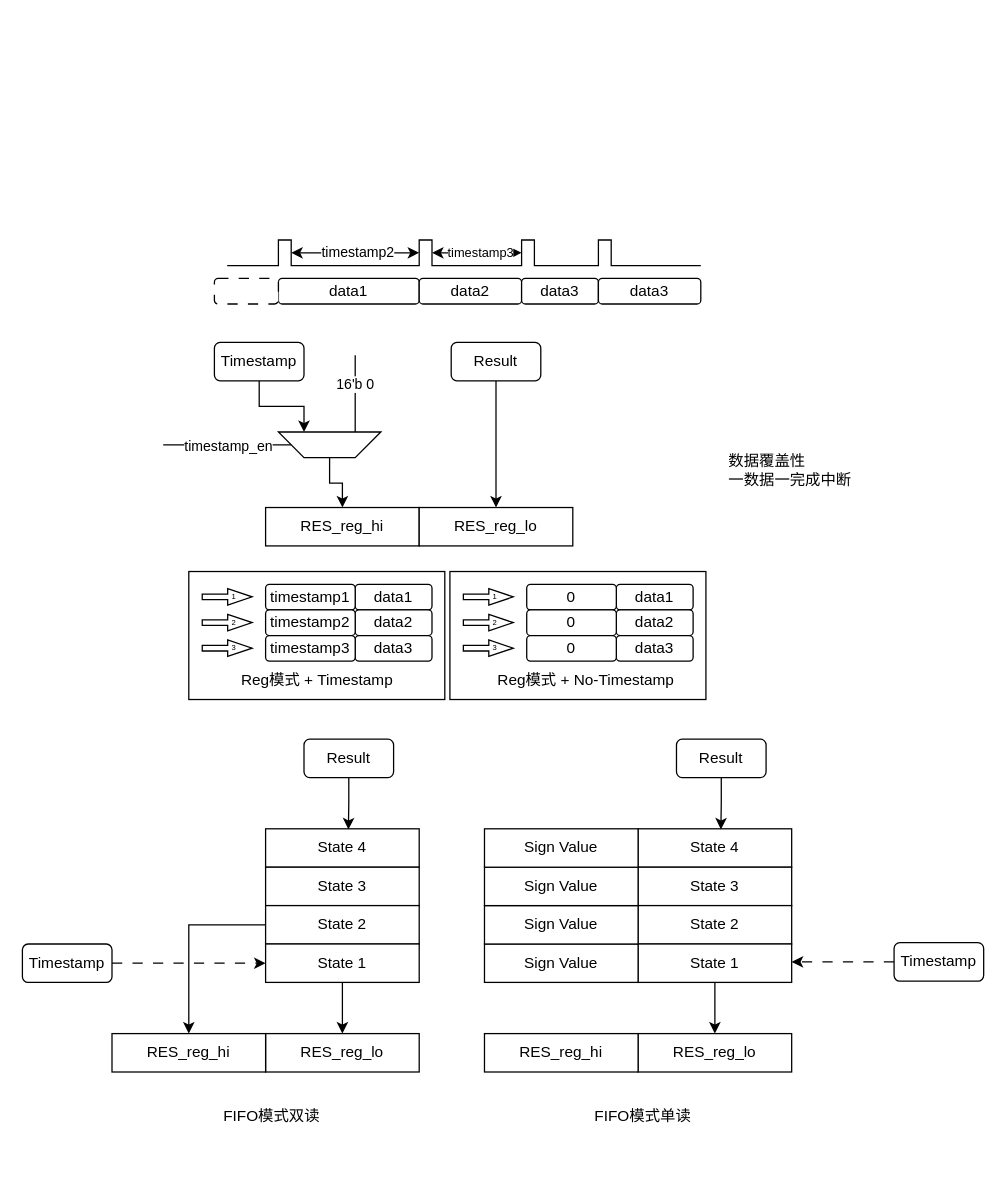
Before: page "规格梳理" (1 of 8) of drawio/dsadc.drawio in iceyxy/flow-chart-drawio, a draw.io diagram. Source tidied: cells renumbered, new cells numbered last; positions are measured from the earlier drawing's top-left corner, leaving out a move shared by most shapes. Both pictures are drawn from the tidied source at 128%, with x=0, y=0 at pixel (22, 239).
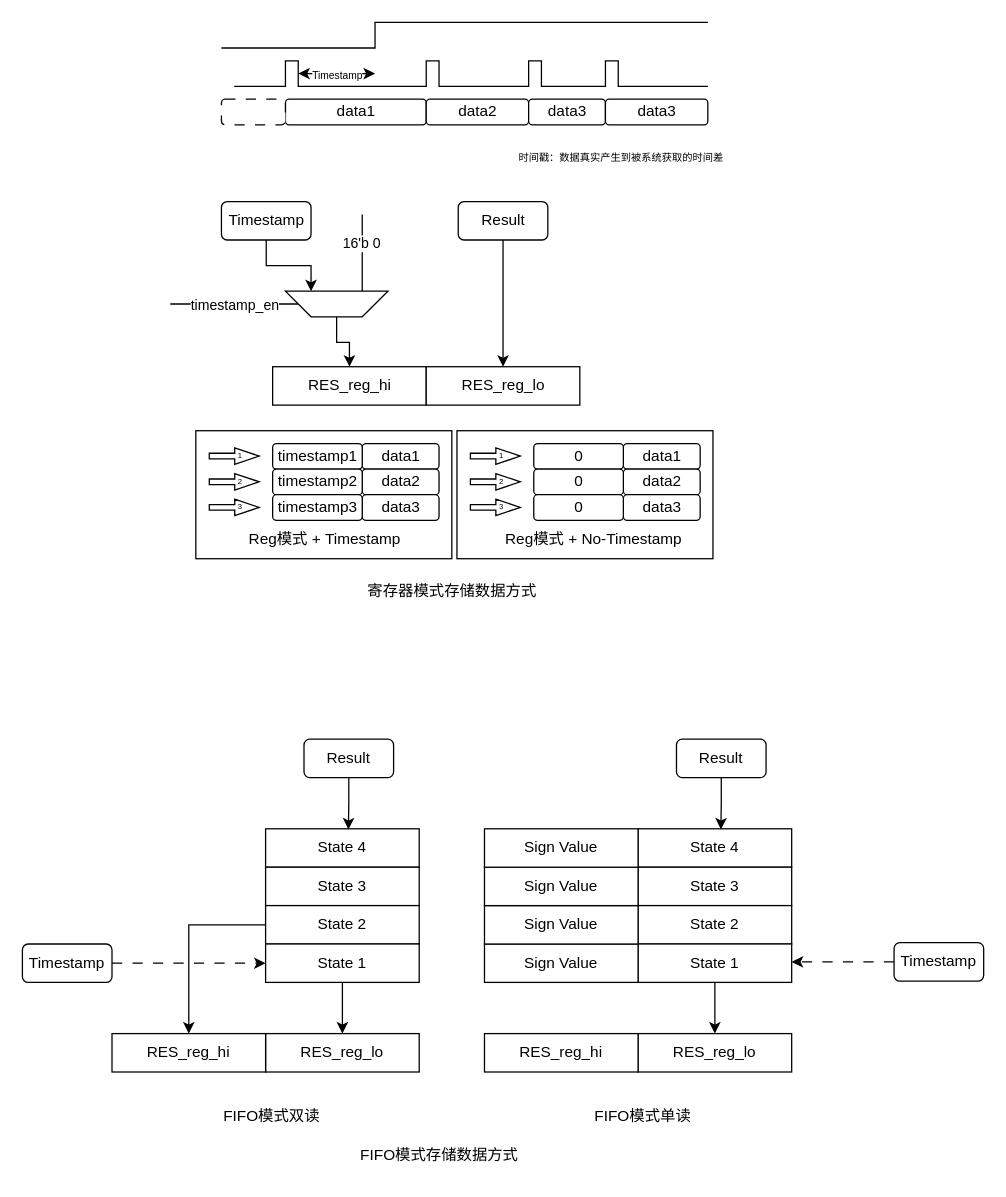
The same diagram, later.

The edit, as a diff of the source:
```diff
@@
     <mxCell id="2" style="group;" parent="1" vertex="1">
-      <mxGeometry x="130" y="259" width="404" height="100" as="geometry" />
+      <mxGeometry x="135.5" y="149" width="404" height="100" as="geometry" />
     </mxCell>
@@
     <mxCell id="31" style="group;" parent="1" vertex="1">
-      <mxGeometry x="150" width="380" height="50" as="geometry" />
+      <mxGeometry x="155.5" y="-140" width="380" height="50" as="geometry" />
     </mxCell>
@@
     <mxCell id="38" style="endArrow=classic;startArrow=classic;html=1;rounded=0;" parent="31" edge="1">
       <mxGeometry relative="1" as="geometry">
         <mxPoint x="60" y="10" as="sourcePoint" />
-        <mxPoint x="160" y="10" as="targetPoint" />
+        <mxPoint x="120" y="10" as="targetPoint" />
       </mxGeometry>
     </mxCell>
-    <mxCell id="39" value="timestamp2" style="edgeLabel;html=1;align=center;verticalAlign=middle;" parent="38" vertex="1">
-      <mxGeometry x="0.08" relative="1" as="geometry">
-        <mxPoint x="-3" y="-1" as="offset" />
-      </mxGeometry>
-    </mxCell>
-    <mxCell id="40" style="endArrow=classic;startArrow=classic;html=1;rounded=0;" parent="31" edge="1">
-      <mxGeometry relative="1" as="geometry">
-        <mxPoint x="170" y="10" as="sourcePoint" />
-        <mxPoint x="240" y="10" as="targetPoint" />
-        <Array as="points">
-          <mxPoint x="210" y="10" />
-        </Array>
-      </mxGeometry>
-    </mxCell>
-    <mxCell id="41" value="&lt;font style=&quot;font-size: 10px;&quot;&gt;timestamp3&lt;/font&gt;" style="edgeLabel;html=1;align=center;verticalAlign=middle;" parent="40" vertex="1">
-      <mxGeometry x="0.08" relative="1" as="geometry">
-        <mxPoint x="-1" y="-1" as="offset" />
-      </mxGeometry>
-    </mxCell>
+    <mxCell id="84" value="&lt;font style=&quot;font-size: 8px;&quot;&gt;Timestamp&lt;/font&gt;" style="edgeLabel;html=1;align=center;verticalAlign=middle;" parent="38" vertex="1">
+      <mxGeometry x="-0.17" relative="1" as="geometry">
+        <mxPoint x="5" as="offset" />
+      </mxGeometry>
+    </mxCell>
     <mxCell id="42" value="&lt;div&gt;RES_reg_hi&lt;/div&gt;" style="rounded=0;whiteSpace=wrap;html=1;" parent="1" vertex="1">
-      <mxGeometry x="190" y="209" width="120" height="30" as="geometry" />
+      <mxGeometry x="195.5" y="99" width="120" height="30" as="geometry" />
     </mxCell>
     <mxCell id="43" value="&lt;div&gt;RES_reg_lo&lt;/div&gt;" style="rounded=0;whiteSpace=wrap;html=1;" parent="1" vertex="1">
-      <mxGeometry x="310" y="209" width="120" height="30" as="geometry" />
+      <mxGeometry x="315.5" y="99" width="120" height="30" as="geometry" />
     </mxCell>
@@
     <mxCell id="45" value="Timestamp" style="rounded=1;whiteSpace=wrap;html=1;" parent="1" vertex="1">
-      <mxGeometry x="150" y="80" width="70" height="30" as="geometry" />
+      <mxGeometry x="155.5" y="-30" width="70" height="30" as="geometry" />
     </mxCell>
@@
     <mxCell id="47" value="Result" style="rounded=1;whiteSpace=wrap;html=1;" parent="1" vertex="1">
-      <mxGeometry x="335" y="80" width="70" height="30" as="geometry" />
+      <mxGeometry x="340.5" y="-30" width="70" height="30" as="geometry" />
     </mxCell>
@@
     <mxCell id="49" style="shape=trapezoid;perimeter=trapezoidPerimeter;whiteSpace=wrap;html=1;fixedSize=1;rotation=-180;" parent="1" vertex="1">
-      <mxGeometry x="200" y="150" width="80" height="20" as="geometry" />
+      <mxGeometry x="205.5" y="40" width="80" height="20" as="geometry" />
     </mxCell>
     <mxCell id="50" style="endArrow=none;html=1;rounded=0;exitX=0.25;exitY=1;exitDx=0;exitDy=0;" parent="1" edge="1" source="49">
       <mxGeometry relative="1" as="geometry">
-        <mxPoint x="260" y="90" as="targetPoint" />
+        <mxPoint x="265.5" y="-20" as="targetPoint" />
       </mxGeometry>
     </mxCell>
@@
     <mxCell id="52" style="endArrow=none;html=1;rounded=0;entryX=1;entryY=0.5;entryDx=0;entryDy=0;" parent="1" edge="1" target="49">
       <mxGeometry relative="1" as="geometry">
-        <mxPoint x="110" y="160" as="sourcePoint" />
+        <mxPoint x="115.5" y="50" as="sourcePoint" />
       </mxGeometry>
     </mxCell>
@@
-    <mxCell id="54" value="&lt;div&gt;数据覆盖性&lt;/div&gt;&lt;div&gt;一数据一完成中断&lt;/div&gt;" style="text;html=1;align=left;verticalAlign=middle;strokeColor=none;fillColor=none;" parent="1" vertex="1">
-      <mxGeometry x="550" y="160" width="120" height="40" as="geometry" />
-    </mxCell>
@@
+    <mxCell id="85" style="endArrow=none;html=1;rounded=0;" parent="1" edge="1">
+      <mxGeometry relative="1" as="geometry">
+        <mxPoint x="155.5" y="-150" as="sourcePoint" />
+        <mxPoint x="535.5" y="-170" as="targetPoint" />
+        <Array as="points">
+          <mxPoint x="275.5" y="-150" />
+          <mxPoint x="275.5" y="-170" />
+        </Array>
+      </mxGeometry>
+    </mxCell>
+    <mxCell id="86" value="&lt;font style=&quot;font-size: 8px;&quot;&gt;时间戳：数据真实产生到被系统获取的时间差&lt;/font&gt;" style="text;html=1;whiteSpace=wrap;strokeColor=none;fillColor=none;align=left;verticalAlign=middle;rounded=0;" parent="1" vertex="1">
+      <mxGeometry x="386" y="-80" width="169.5" height="30" as="geometry" />
+    </mxCell>
+    <mxCell id="87" value="寄存器模式存储数据方式" style="text;html=1;whiteSpace=wrap;strokeColor=none;fillColor=none;align=center;verticalAlign=middle;rounded=0;" parent="1" vertex="1">
+      <mxGeometry x="235.5" y="260" width="200" height="30" as="geometry" />
+    </mxCell>
+    <mxCell id="88" value="FIFO模式存储数据方式" style="text;html=1;whiteSpace=wrap;strokeColor=none;fillColor=none;align=center;verticalAlign=middle;rounded=0;" parent="1" vertex="1">
+      <mxGeometry x="225.5" y="700" width="200" height="30" as="geometry" />
+    </mxCell>
```
